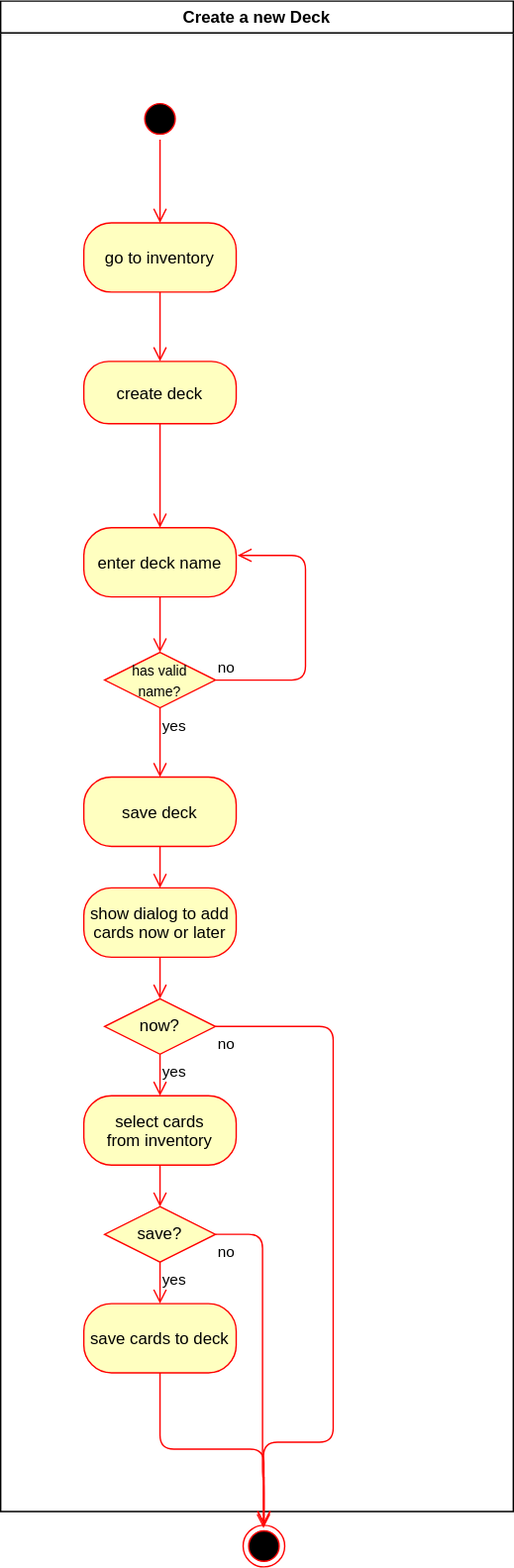
Above: diagrams/activity_create_decks.drawio.svg in i3ene/decksterous (draw.io), before the change. Source tidied: cells renumbered, new cells last; positions are measured from the earlier drawing's top-left corner, leaving out a move shared by most shapes. The source it was exported from:
```xml
<mxGraphModel background="#ffffff">
  <root>
    <mxCell id="0" />
    <mxCell id="1" parent="0" />
    <mxCell id="2" value="Create a new Deck" style="swimlane;whiteSpace=wrap;swimlaneLine=1;" parent="1" vertex="1">
      <mxGeometry width="370" height="1090" as="geometry" />
    </mxCell>
    <mxCell id="3" style="ellipse;shape=startState;fillColor=#000000;strokeColor=#ff0000;" parent="2" vertex="1">
      <mxGeometry x="100" y="70" width="30" height="30" as="geometry" />
    </mxCell>
    <mxCell id="4" value="go to inventory" style="perimeter=rectanglePerimeter;fillColor=#ffffc0;strokeColor=#ff0000;fontColor=#000000;rounded=1;arcSize=40;" parent="2" vertex="1">
      <mxGeometry x="60" y="160" width="110" height="50" as="geometry" />
    </mxCell>
    <mxCell id="5" value="create deck" style="perimeter=rectanglePerimeter;fillColor=#ffffc0;strokeColor=#ff0000;fontColor=#000000;rounded=1;arcSize=40;" parent="2" vertex="1">
      <mxGeometry x="60" y="260" width="110" height="45" as="geometry" />
    </mxCell>
    <mxCell id="6" value="enter deck name" style="perimeter=rectanglePerimeter;fillColor=#ffffc0;strokeColor=#ff0000;fontColor=#000000;rounded=1;arcSize=40;" parent="2" vertex="1">
      <mxGeometry x="60" y="380" width="110" height="50" as="geometry" />
    </mxCell>
    <mxCell id="7" value="save deck" style="perimeter=rectanglePerimeter;fillColor=#ffffc0;strokeColor=#ff0000;fontColor=#000000;rounded=1;arcSize=40;" parent="2" vertex="1">
      <mxGeometry x="60" y="560" width="110" height="50" as="geometry" />
    </mxCell>
    <mxCell id="8" value="&lt;font style=&quot;font-size: 10px&quot;&gt;has valid&lt;br&gt;name?&lt;/font&gt;" style="rhombus;whiteSpace=wrap;html=1;fillColor=#ffffc0;strokeColor=#ff0000;" parent="2" vertex="1">
      <mxGeometry x="75" y="470" width="80" height="40" as="geometry" />
    </mxCell>
    <mxCell id="9" value="no" style="edgeStyle=orthogonalEdgeStyle;html=1;align=left;verticalAlign=bottom;endArrow=open;endSize=8;strokeColor=#ff0000;exitX=1;exitY=0.5;exitDx=0;exitDy=0;" parent="2" edge="1" source="8">
      <mxGeometry x="-1" relative="1" as="geometry">
        <mxPoint x="171" y="400" as="targetPoint" />
        <Array as="points">
          <mxPoint x="220" y="490" />
          <mxPoint x="220" y="400" />
        </Array>
      </mxGeometry>
    </mxCell>
    <mxCell id="10" value="yes" style="edgeStyle=orthogonalEdgeStyle;html=1;align=left;verticalAlign=top;endArrow=open;endSize=8;strokeColor=#ff0000;entryX=0.5;entryY=0;entryDx=0;entryDy=0;entryPerimeter=0;" parent="2" edge="1" source="8" target="7">
      <mxGeometry x="-1" relative="1" as="geometry" />
    </mxCell>
    <mxCell id="11" value="show dialog to add&#10;cards now or later" style="perimeter=rectanglePerimeter;fillColor=#ffffc0;strokeColor=#ff0000;fontColor=#000000;rounded=1;arcSize=40;" parent="2" vertex="1">
      <mxGeometry x="60" y="640" width="110" height="50" as="geometry" />
    </mxCell>
    <mxCell id="12" value="now?" style="rhombus;whiteSpace=wrap;html=1;fillColor=#ffffc0;strokeColor=#ff0000;" parent="2" vertex="1">
      <mxGeometry x="75" y="720" width="80" height="40" as="geometry" />
    </mxCell>
    <mxCell id="13" value="select cards&#10;from inventory" style="perimeter=rectanglePerimeter;fillColor=#ffffc0;strokeColor=#ff0000;fontColor=#000000;rounded=1;arcSize=40;" parent="2" vertex="1">
      <mxGeometry x="60" y="790" width="110" height="50" as="geometry" />
    </mxCell>
    <mxCell id="14" value="save cards to deck" style="perimeter=rectanglePerimeter;fillColor=#ffffc0;strokeColor=#ff0000;fontColor=#000000;rounded=1;arcSize=40;" parent="2" vertex="1">
      <mxGeometry x="60" y="940" width="110" height="50" as="geometry" />
    </mxCell>
    <mxCell id="15" value="save?" style="rhombus;whiteSpace=wrap;html=1;fillColor=#ffffc0;strokeColor=#ff0000;" parent="2" vertex="1">
      <mxGeometry x="75" y="870" width="80" height="40" as="geometry" />
    </mxCell>
    <mxCell id="16" style="edgeStyle=orthogonalEdgeStyle;html=1;align=left;verticalAlign=top;endArrow=open;endSize=8;strokeColor=#ff0000;entryX=0.5;entryY=0;entryDx=0;entryDy=0;exitX=0.5;exitY=1;exitDx=0;exitDy=0;" parent="2" edge="1" source="7" target="11">
      <mxGeometry x="-1" relative="1" as="geometry" />
    </mxCell>
    <mxCell id="17" value="yes" style="edgeStyle=orthogonalEdgeStyle;html=1;align=left;verticalAlign=top;endArrow=open;endSize=8;strokeColor=#ff0000;exitX=0.5;exitY=1;exitDx=0;exitDy=0;snapToPoint=1;entryX=0.5;entryY=0;entryDx=0;entryDy=0;" parent="2" edge="1" source="12" target="13">
      <mxGeometry x="-1" relative="1" as="geometry" />
    </mxCell>
    <mxCell id="18" value="yes" style="edgeStyle=orthogonalEdgeStyle;html=1;align=left;verticalAlign=top;endArrow=open;endSize=8;strokeColor=#ff0000;exitX=0.5;exitY=1;exitDx=0;exitDy=0;entryX=0.5;entryY=0;entryDx=0;entryDy=0;" parent="2" edge="1" source="15" target="14">
      <mxGeometry x="-1" relative="1" as="geometry" />
    </mxCell>
    <mxCell id="19" value="no" style="edgeStyle=orthogonalEdgeStyle;html=1;align=left;verticalAlign=top;endArrow=open;endSize=8;strokeColor=#ff0000;exitX=1;exitY=0.5;exitDx=0;exitDy=0;entryX=0.5;entryY=0;entryDx=0;entryDy=0;" parent="2" edge="1" source="15" target="29">
      <mxGeometry x="-1" relative="1" as="geometry">
        <Array as="points">
          <mxPoint x="189" y="890" />
          <mxPoint x="189" y="1067" />
          <mxPoint x="190" y="1067" />
        </Array>
      </mxGeometry>
    </mxCell>
    <mxCell id="20" value="no" style="edgeStyle=orthogonalEdgeStyle;html=1;align=left;verticalAlign=top;endArrow=open;endSize=8;strokeColor=#ff0000;exitX=1;exitY=0.5;exitDx=0;exitDy=0;entryX=0.489;entryY=0.07;entryDx=0;entryDy=0;entryPerimeter=0;" parent="2" edge="1" source="12" target="29">
      <mxGeometry x="-1" relative="1" as="geometry">
        <Array as="points">
          <mxPoint x="240" y="740" />
          <mxPoint x="240" y="1040" />
          <mxPoint x="190" y="1040" />
        </Array>
      </mxGeometry>
    </mxCell>
    <mxCell id="21" style="edgeStyle=orthogonalEdgeStyle;html=1;align=left;verticalAlign=top;endArrow=open;endSize=8;strokeColor=#ff0000;exitX=0.5;exitY=1;exitDx=0;exitDy=0;entryX=0.5;entryY=0;entryDx=0;entryDy=0;" parent="2" edge="1" source="14" target="29">
      <mxGeometry x="-1" relative="1" as="geometry" />
    </mxCell>
    <mxCell id="22" style="edgeStyle=orthogonalEdgeStyle;html=1;align=left;verticalAlign=top;endArrow=open;endSize=8;strokeColor=#ff0000;entryX=0.5;entryY=0;entryDx=0;entryDy=0;exitX=0.5;exitY=1;exitDx=0;exitDy=0;" parent="2" edge="1" source="11" target="12">
      <mxGeometry x="-1" relative="1" as="geometry" />
    </mxCell>
    <mxCell id="23" style="edgeStyle=orthogonalEdgeStyle;html=1;align=left;verticalAlign=top;endArrow=open;endSize=8;strokeColor=#ff0000;entryX=0.5;entryY=0;entryDx=0;entryDy=0;exitX=0.5;exitY=1;exitDx=0;exitDy=0;" parent="2" edge="1" source="6" target="8">
      <mxGeometry x="-1" relative="1" as="geometry" />
    </mxCell>
    <mxCell id="24" style="edgeStyle=orthogonalEdgeStyle;html=1;align=left;verticalAlign=top;endArrow=open;endSize=8;strokeColor=#ff0000;entryX=0.5;entryY=0;entryDx=0;entryDy=0;exitX=0.5;exitY=1;exitDx=0;exitDy=0;" parent="2" edge="1" source="5" target="6">
      <mxGeometry x="-1" relative="1" as="geometry" />
    </mxCell>
    <mxCell id="25" style="edgeStyle=orthogonalEdgeStyle;html=1;align=left;verticalAlign=top;endArrow=open;endSize=8;strokeColor=#ff0000;entryX=0.5;entryY=0;entryDx=0;entryDy=0;" parent="2" edge="1" source="4" target="5">
      <mxGeometry x="-1" relative="1" as="geometry" />
    </mxCell>
    <mxCell id="26" style="edgeStyle=orthogonalEdgeStyle;html=1;align=left;verticalAlign=top;endArrow=open;endSize=8;strokeColor=#ff0000;exitX=0.5;exitY=1;exitDx=0;exitDy=0;entryX=0.5;entryY=0;entryDx=0;entryDy=0;" parent="2" edge="1" source="3" target="4">
      <mxGeometry x="-1" relative="1" as="geometry" />
    </mxCell>
    <mxCell id="27" style="edgeStyle=orthogonalEdgeStyle;html=1;align=left;verticalAlign=top;endArrow=open;endSize=8;strokeColor=#ff0000;entryX=0.5;entryY=0;entryDx=0;entryDy=0;exitX=0.5;exitY=1;exitDx=0;exitDy=0;" parent="2" edge="1" source="13" target="15">
      <mxGeometry x="-1" relative="1" as="geometry" />
    </mxCell>
    <mxCell id="28" style="edgeStyle=orthogonalEdgeStyle;html=1;verticalAlign=bottom;endArrow=open;endSize=8;strokeColor=#ff0000;entryX=0.5;entryY=0;entryDx=0;entryDy=0;" parent="2" edge="1" target="29">
      <mxGeometry relative="1" as="geometry">
        <mxPoint x="190" y="1065" as="sourcePoint" />
        <Array as="points">
          <mxPoint x="190" y="1100" />
          <mxPoint x="190" y="1100" />
        </Array>
      </mxGeometry>
    </mxCell>
    <mxCell id="29" style="ellipse;html=1;shape=endState;fillColor=#000000;strokeColor=#ff0000;" parent="2" vertex="1">
      <mxGeometry x="175" y="1100" width="30" height="30" as="geometry" />
    </mxCell>
  </root>
</mxGraphModel>
```
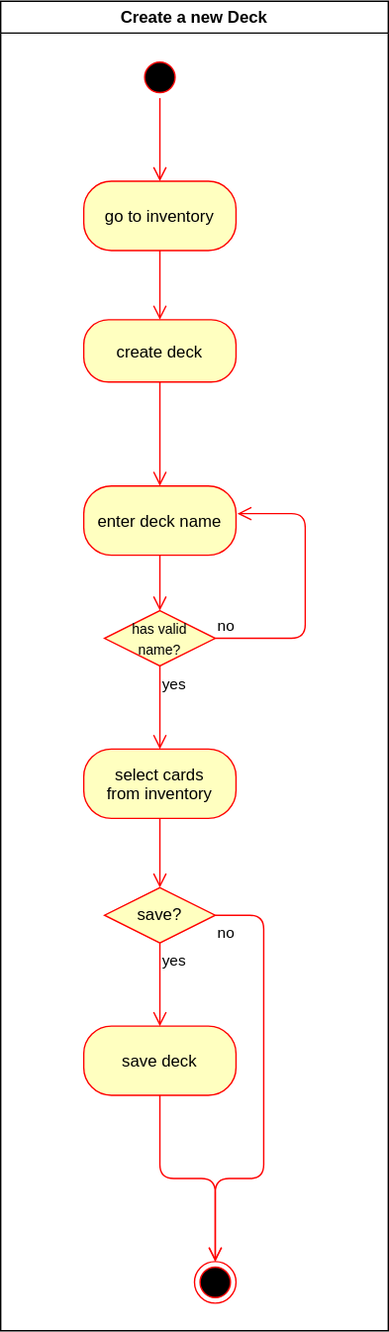
The same diagram one commit later.

Diff of the diagram source:
```diff
@@ -3,86 +3,59 @@
     <mxCell id="0" />
     <mxCell id="1" parent="0" />
     <mxCell id="2" value="Create a new Deck" style="swimlane;whiteSpace=wrap;swimlaneLine=1;" parent="1" vertex="1">
-      <mxGeometry width="370" height="1090" as="geometry" />
+      <mxGeometry width="280" height="960" as="geometry" />
     </mxCell>
     <mxCell id="3" style="ellipse;shape=startState;fillColor=#000000;strokeColor=#ff0000;" parent="2" vertex="1">
-      <mxGeometry x="100" y="70" width="30" height="30" as="geometry" />
+      <mxGeometry x="100" y="40" width="30" height="30" as="geometry" />
     </mxCell>
     <mxCell id="4" value="go to inventory" style="perimeter=rectanglePerimeter;fillColor=#ffffc0;strokeColor=#ff0000;fontColor=#000000;rounded=1;arcSize=40;" parent="2" vertex="1">
-      <mxGeometry x="60" y="160" width="110" height="50" as="geometry" />
+      <mxGeometry x="60" y="130" width="110" height="50" as="geometry" />
     </mxCell>
     <mxCell id="5" value="create deck" style="perimeter=rectanglePerimeter;fillColor=#ffffc0;strokeColor=#ff0000;fontColor=#000000;rounded=1;arcSize=40;" parent="2" vertex="1">
-      <mxGeometry x="60" y="260" width="110" height="45" as="geometry" />
+      <mxGeometry x="60" y="230" width="110" height="45" as="geometry" />
     </mxCell>
     <mxCell id="6" value="enter deck name" style="perimeter=rectanglePerimeter;fillColor=#ffffc0;strokeColor=#ff0000;fontColor=#000000;rounded=1;arcSize=40;" parent="2" vertex="1">
-      <mxGeometry x="60" y="380" width="110" height="50" as="geometry" />
+      <mxGeometry x="60" y="350" width="110" height="50" as="geometry" />
     </mxCell>
-    <mxCell id="7" value="save deck" style="perimeter=rectanglePerimeter;fillColor=#ffffc0;strokeColor=#ff0000;fontColor=#000000;rounded=1;arcSize=40;" parent="2" vertex="1">
-      <mxGeometry x="60" y="560" width="110" height="50" as="geometry" />
-    </mxCell>
     <mxCell id="8" value="&lt;font style=&quot;font-size: 10px&quot;&gt;has valid&lt;br&gt;name?&lt;/font&gt;" style="rhombus;whiteSpace=wrap;html=1;fillColor=#ffffc0;strokeColor=#ff0000;" parent="2" vertex="1">
-      <mxGeometry x="75" y="470" width="80" height="40" as="geometry" />
+      <mxGeometry x="75" y="440" width="80" height="40" as="geometry" />
     </mxCell>
     <mxCell id="9" value="no" style="edgeStyle=orthogonalEdgeStyle;html=1;align=left;verticalAlign=bottom;endArrow=open;endSize=8;strokeColor=#ff0000;exitX=1;exitY=0.5;exitDx=0;exitDy=0;" parent="2" edge="1" source="8">
       <mxGeometry x="-1" relative="1" as="geometry">
-        <mxPoint x="171" y="400" as="targetPoint" />
+        <mxPoint x="171" y="370" as="targetPoint" />
         <Array as="points">
-          <mxPoint x="220" y="490" />
-          <mxPoint x="220" y="400" />
+          <mxPoint x="220" y="460" />
+          <mxPoint x="220" y="370" />
         </Array>
       </mxGeometry>
     </mxCell>
-    <mxCell id="10" value="yes" style="edgeStyle=orthogonalEdgeStyle;html=1;align=left;verticalAlign=top;endArrow=open;endSize=8;strokeColor=#ff0000;entryX=0.5;entryY=0;entryDx=0;entryDy=0;entryPerimeter=0;" parent="2" edge="1" source="8" target="7">
+    <mxCell id="10" value="yes" style="edgeStyle=orthogonalEdgeStyle;html=1;align=left;verticalAlign=top;endArrow=open;endSize=8;strokeColor=#ff0000;entryX=0.5;entryY=0;entryDx=0;entryDy=0;" parent="2" edge="1" source="8" target="13">
       <mxGeometry x="-1" relative="1" as="geometry" />
     </mxCell>
-    <mxCell id="11" value="show dialog to add&#10;cards now or later" style="perimeter=rectanglePerimeter;fillColor=#ffffc0;strokeColor=#ff0000;fontColor=#000000;rounded=1;arcSize=40;" parent="2" vertex="1">
-      <mxGeometry x="60" y="640" width="110" height="50" as="geometry" />
-    </mxCell>
-    <mxCell id="12" value="now?" style="rhombus;whiteSpace=wrap;html=1;fillColor=#ffffc0;strokeColor=#ff0000;" parent="2" vertex="1">
-      <mxGeometry x="75" y="720" width="80" height="40" as="geometry" />
-    </mxCell>
     <mxCell id="13" value="select cards&#10;from inventory" style="perimeter=rectanglePerimeter;fillColor=#ffffc0;strokeColor=#ff0000;fontColor=#000000;rounded=1;arcSize=40;" parent="2" vertex="1">
-      <mxGeometry x="60" y="790" width="110" height="50" as="geometry" />
+      <mxGeometry x="60" y="540" width="110" height="50" as="geometry" />
     </mxCell>
-    <mxCell id="14" value="save cards to deck" style="perimeter=rectanglePerimeter;fillColor=#ffffc0;strokeColor=#ff0000;fontColor=#000000;rounded=1;arcSize=40;" parent="2" vertex="1">
-      <mxGeometry x="60" y="940" width="110" height="50" as="geometry" />
+    <mxCell id="14" value="save deck" style="perimeter=rectanglePerimeter;fillColor=#ffffc0;strokeColor=#ff0000;fontColor=#000000;rounded=1;arcSize=40;" parent="2" vertex="1">
+      <mxGeometry x="60" y="740" width="110" height="50" as="geometry" />
     </mxCell>
     <mxCell id="15" value="save?" style="rhombus;whiteSpace=wrap;html=1;fillColor=#ffffc0;strokeColor=#ff0000;" parent="2" vertex="1">
-      <mxGeometry x="75" y="870" width="80" height="40" as="geometry" />
+      <mxGeometry x="75" y="640" width="80" height="40" as="geometry" />
     </mxCell>
-    <mxCell id="16" style="edgeStyle=orthogonalEdgeStyle;html=1;align=left;verticalAlign=top;endArrow=open;endSize=8;strokeColor=#ff0000;entryX=0.5;entryY=0;entryDx=0;entryDy=0;exitX=0.5;exitY=1;exitDx=0;exitDy=0;" parent="2" edge="1" source="7" target="11">
-      <mxGeometry x="-1" relative="1" as="geometry" />
-    </mxCell>
-    <mxCell id="17" value="yes" style="edgeStyle=orthogonalEdgeStyle;html=1;align=left;verticalAlign=top;endArrow=open;endSize=8;strokeColor=#ff0000;exitX=0.5;exitY=1;exitDx=0;exitDy=0;snapToPoint=1;entryX=0.5;entryY=0;entryDx=0;entryDy=0;" parent="2" edge="1" source="12" target="13">
-      <mxGeometry x="-1" relative="1" as="geometry" />
-    </mxCell>
     <mxCell id="18" value="yes" style="edgeStyle=orthogonalEdgeStyle;html=1;align=left;verticalAlign=top;endArrow=open;endSize=8;strokeColor=#ff0000;exitX=0.5;exitY=1;exitDx=0;exitDy=0;entryX=0.5;entryY=0;entryDx=0;entryDy=0;" parent="2" edge="1" source="15" target="14">
       <mxGeometry x="-1" relative="1" as="geometry" />
     </mxCell>
     <mxCell id="19" value="no" style="edgeStyle=orthogonalEdgeStyle;html=1;align=left;verticalAlign=top;endArrow=open;endSize=8;strokeColor=#ff0000;exitX=1;exitY=0.5;exitDx=0;exitDy=0;entryX=0.5;entryY=0;entryDx=0;entryDy=0;" parent="2" edge="1" source="15" target="29">
       <mxGeometry x="-1" relative="1" as="geometry">
         <Array as="points">
-          <mxPoint x="189" y="890" />
-          <mxPoint x="189" y="1067" />
-          <mxPoint x="190" y="1067" />
+          <mxPoint x="190" y="660" />
+          <mxPoint x="190" y="850" />
+          <mxPoint x="155" y="850" />
         </Array>
       </mxGeometry>
     </mxCell>
-    <mxCell id="20" value="no" style="edgeStyle=orthogonalEdgeStyle;html=1;align=left;verticalAlign=top;endArrow=open;endSize=8;strokeColor=#ff0000;exitX=1;exitY=0.5;exitDx=0;exitDy=0;entryX=0.489;entryY=0.07;entryDx=0;entryDy=0;entryPerimeter=0;" parent="2" edge="1" source="12" target="29">
-      <mxGeometry x="-1" relative="1" as="geometry">
-        <Array as="points">
-          <mxPoint x="240" y="740" />
-          <mxPoint x="240" y="1040" />
-          <mxPoint x="190" y="1040" />
-        </Array>
-      </mxGeometry>
-    </mxCell>
     <mxCell id="21" style="edgeStyle=orthogonalEdgeStyle;html=1;align=left;verticalAlign=top;endArrow=open;endSize=8;strokeColor=#ff0000;exitX=0.5;exitY=1;exitDx=0;exitDy=0;entryX=0.5;entryY=0;entryDx=0;entryDy=0;" parent="2" edge="1" source="14" target="29">
       <mxGeometry x="-1" relative="1" as="geometry" />
     </mxCell>
-    <mxCell id="22" style="edgeStyle=orthogonalEdgeStyle;html=1;align=left;verticalAlign=top;endArrow=open;endSize=8;strokeColor=#ff0000;entryX=0.5;entryY=0;entryDx=0;entryDy=0;exitX=0.5;exitY=1;exitDx=0;exitDy=0;" parent="2" edge="1" source="11" target="12">
-      <mxGeometry x="-1" relative="1" as="geometry" />
-    </mxCell>
     <mxCell id="23" style="edgeStyle=orthogonalEdgeStyle;html=1;align=left;verticalAlign=top;endArrow=open;endSize=8;strokeColor=#ff0000;entryX=0.5;entryY=0;entryDx=0;entryDy=0;exitX=0.5;exitY=1;exitDx=0;exitDy=0;" parent="2" edge="1" source="6" target="8">
       <mxGeometry x="-1" relative="1" as="geometry" />
     </mxCell>
@@ -98,17 +71,8 @@
     <mxCell id="27" style="edgeStyle=orthogonalEdgeStyle;html=1;align=left;verticalAlign=top;endArrow=open;endSize=8;strokeColor=#ff0000;entryX=0.5;entryY=0;entryDx=0;entryDy=0;exitX=0.5;exitY=1;exitDx=0;exitDy=0;" parent="2" edge="1" source="13" target="15">
       <mxGeometry x="-1" relative="1" as="geometry" />
     </mxCell>
-    <mxCell id="28" style="edgeStyle=orthogonalEdgeStyle;html=1;verticalAlign=bottom;endArrow=open;endSize=8;strokeColor=#ff0000;entryX=0.5;entryY=0;entryDx=0;entryDy=0;" parent="2" edge="1" target="29">
-      <mxGeometry relative="1" as="geometry">
-        <mxPoint x="190" y="1065" as="sourcePoint" />
-        <Array as="points">
-          <mxPoint x="190" y="1100" />
-          <mxPoint x="190" y="1100" />
-        </Array>
-      </mxGeometry>
-    </mxCell>
     <mxCell id="29" style="ellipse;html=1;shape=endState;fillColor=#000000;strokeColor=#ff0000;" parent="2" vertex="1">
-      <mxGeometry x="175" y="1100" width="30" height="30" as="geometry" />
+      <mxGeometry x="140" y="910" width="30" height="30" as="geometry" />
     </mxCell>
   </root>
 </mxGraphModel>
```
